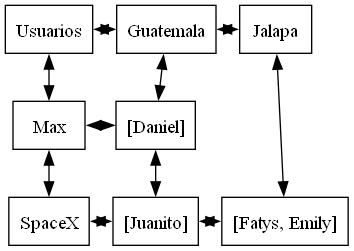
The Graphviz diagram cmake-build-debug/matrix.png in 202300512DanielH/EDD_202300512_Proyecto1, before a commit. Its source is kept beside it as cmake-build-debug/matrix.dot.
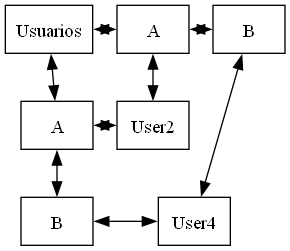
After the change.

The edit, as a diff of the source:
```diff
@@ -1,24 +1,21 @@
 digraph Matrix {
 node[shape = "box"];
 "Nodo__"[label = "Usuarios", group="root"];
-"Nodo__" -> "Nodo__Guatemala" [dir=both];
-"Nodo__" -> "Nodo_Max_" [dir=both];
-"Nodo__Guatemala"[label = "Guatemala", group="column"]
-"Nodo__Guatemala" -> "Nodo__Jalapa" [dir=both];
-"Nodo__Guatemala" -> "Nodo_Max_Guatemala" [dir=both];
-"Nodo__Jalapa"[label = "Jalapa", group="column"]
-"Nodo__Jalapa" -> "Nodo_SpaceX_Jalapa" [dir=both];
-{rank=same; "Nodo__"; "Nodo__Guatemala"; "Nodo__Jalapa"}
-"Nodo_Max_"[label = "Max", group="row"]
-"Nodo_Max_" -> "Nodo_Max_Guatemala" [dir=both];
-"Nodo_Max_" -> "Nodo_SpaceX_" [dir=both];
-"Nodo_Max_Guatemala"[label = "[Daniel]"]
-"Nodo_Max_Guatemala" -> "Nodo_SpaceX_Guatemala" [dir=both];
-{rank=same; "Nodo_Max_"; "Nodo_Max_Guatemala"}
-"Nodo_SpaceX_"[label = "SpaceX", group="row"]
-"Nodo_SpaceX_" -> "Nodo_SpaceX_Guatemala" [dir=both];
-"Nodo_SpaceX_Guatemala"[label = "[Juanito]"]
-"Nodo_SpaceX_Guatemala" -> "Nodo_SpaceX_Jalapa" [dir=both];
-"Nodo_SpaceX_Jalapa"[label = "[Fatys, Emily]"]
-{rank=same; "Nodo_SpaceX_"; "Nodo_SpaceX_Guatemala"; "Nodo_SpaceX_Jalapa"}
+"Nodo__" -> "Nodo__A" [dir=both];
+"Nodo__" -> "Nodo_A_" [dir=both];
+"Nodo__A"[label = "A", group="column"]
+"Nodo__A" -> "Nodo__B" [dir=both];
+"Nodo__A" -> "Nodo_A_A" [dir=both];
+"Nodo__B"[label = "B", group="column"]
+"Nodo__B" -> "Nodo_B_B" [dir=both];
+{rank=same; "Nodo__"; "Nodo__A"; "Nodo__B"}
+"Nodo_A_"[label = "A", group="row"]
+"Nodo_A_" -> "Nodo_A_A" [dir=both];
+"Nodo_A_" -> "Nodo_B_" [dir=both];
+"Nodo_A_A"[label = "User2"]
+{rank=same; "Nodo_A_"; "Nodo_A_A"}
+"Nodo_B_"[label = "B", group="row"]
+"Nodo_B_" -> "Nodo_B_B" [dir=both];
+"Nodo_B_B"[label = "User4"]
+{rank=same; "Nodo_B_"; "Nodo_B_B"}
 }
```
